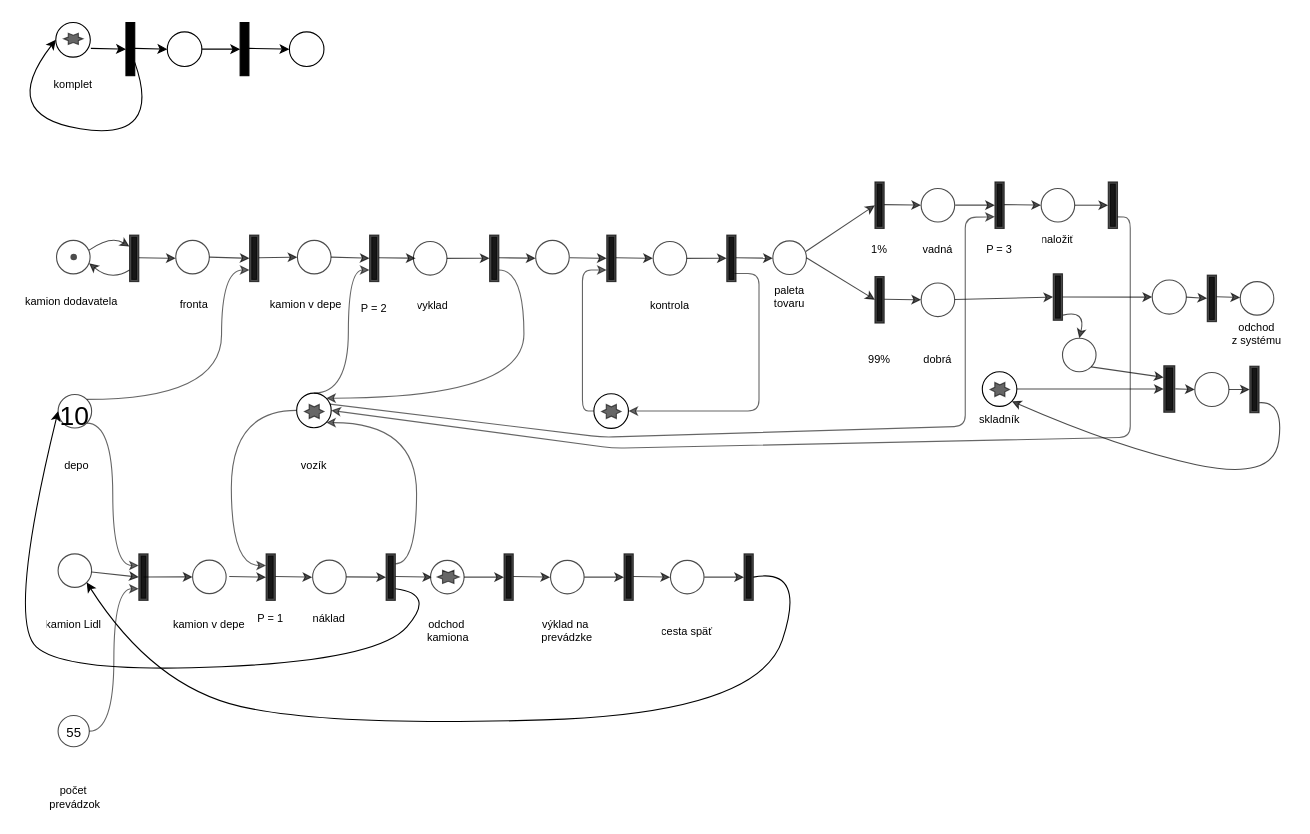
This is IMS.drawio from MatejMistik/VUT_FIT_ITY_Project_5, a draw.io file, before an edit. Source tidied: cells renumbered, new cells numbered last; positions are measured from the earlier drawing's top-left corner, leaving out a move shared by most shapes. Both pictures are drawn from the tidied source at 110%, with x=0, y=0 at pixel (-3, 22).
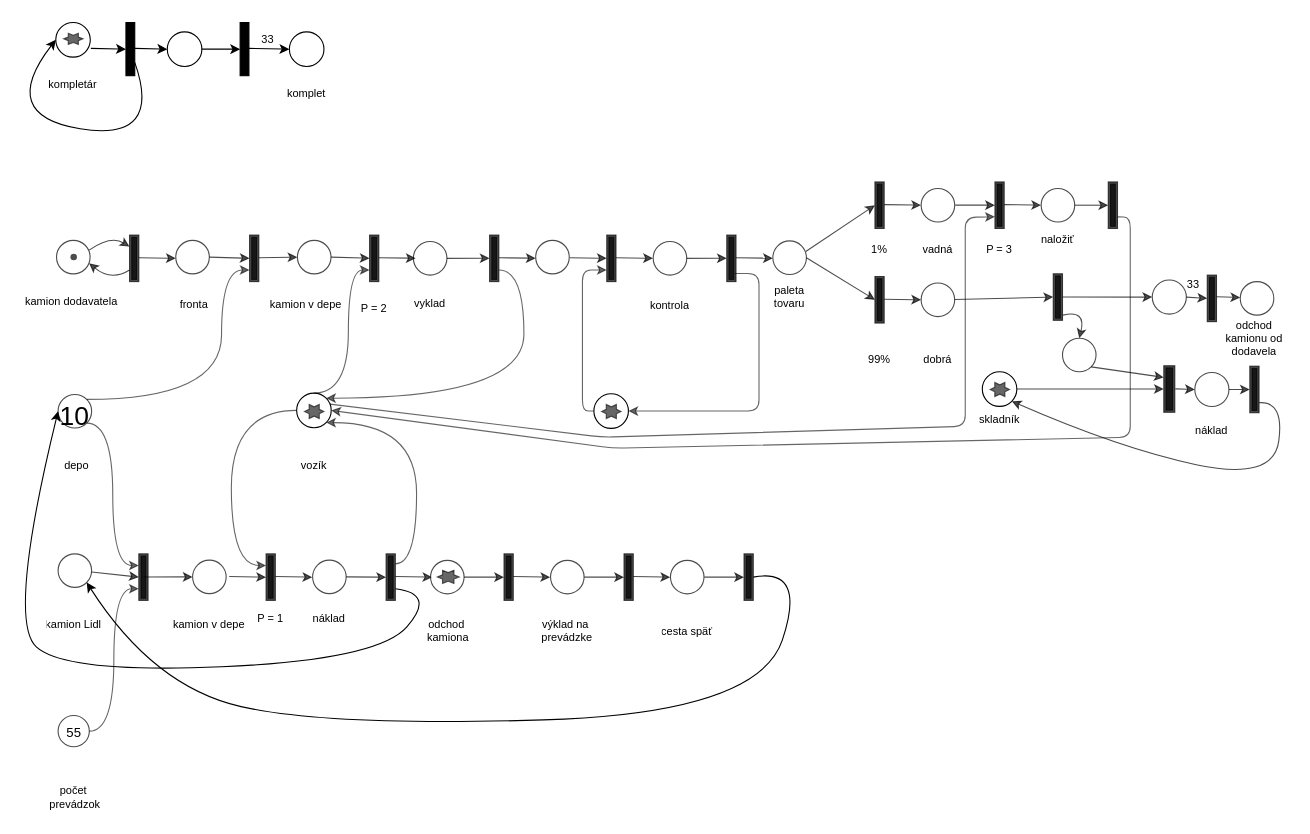
The same diagram, later.

Commit message:
už len časy IMS.drawio

The edit, as a diff of the source:
```diff
@@
     <mxCell id="26" value="vyklad" style="text;strokeColor=none;fillColor=none;align=center;verticalAlign=middle;spacingLeft=4;spacingRight=4;overflow=hidden;fontSize=10;opacity=70;rounded=0;direction=west;" parent="1" vertex="1">
-      <mxGeometry x="378.3" y="241.5" width="35.3" height="31.7" as="geometry" />
+      <mxGeometry x="371.8" y="239" width="43.6" height="31.7" as="geometry" />
     </mxCell>
@@
-    <mxCell id="46" value="komplet" style="text;strokeColor=none;fillColor=none;align=center;verticalAlign=middle;spacingLeft=4;spacingRight=4;overflow=hidden;fontSize=10;opacity=70;rounded=0;direction=west;" parent="1" vertex="1">
-      <mxGeometry x="46.4" y="39.8" width="45.6" height="31.7" as="geometry" />
+    <mxCell id="46" value="kompletár" style="text;strokeColor=none;fillColor=none;align=center;verticalAlign=middle;spacingLeft=4;spacingRight=4;overflow=hidden;fontSize=10;opacity=70;rounded=0;direction=west;" parent="1" vertex="1">
+      <mxGeometry x="42.1" y="39.8" width="53.6" height="31.7" as="geometry" />
     </mxCell>
@@
-    <mxCell id="127" value="odchod&#10;z systému" style="text;strokeColor=none;fillColor=none;align=center;verticalAlign=middle;spacingLeft=4;spacingRight=4;overflow=hidden;fontSize=10;opacity=70;rounded=0;direction=west;" parent="1" vertex="1">
-      <mxGeometry x="1113.7" y="267.3" width="63" height="31.7" as="geometry" />
+    <mxCell id="127" value="odchod&#10;kamionu od&#10;dodavela" style="text;strokeColor=none;fillColor=none;align=center;verticalAlign=middle;spacingLeft=4;spacingRight=4;overflow=hidden;fontSize=10;opacity=70;rounded=0;direction=west;" parent="1" vertex="1">
+      <mxGeometry x="1111.4" y="267.3" width="63" height="39.7" as="geometry" />
     </mxCell>
@@
     <mxCell id="129" value="naložiť" style="text;strokeColor=none;fillColor=none;align=center;verticalAlign=middle;spacingLeft=4;spacingRight=4;overflow=hidden;fontSize=10;opacity=70;rounded=0;direction=west;" parent="1" vertex="1">
-      <mxGeometry x="946.4" y="181.3" width="35.6" height="31.7" as="geometry" />
+      <mxGeometry x="943.2" y="181.3" width="42" height="31.7" as="geometry" />
     </mxCell>
@@
+    <mxCell id="144" value="komplet" style="text;strokeColor=none;fillColor=none;align=center;verticalAlign=middle;spacingLeft=4;spacingRight=4;overflow=hidden;fontSize=10;opacity=70;rounded=0;direction=west;" parent="1" vertex="1">
+      <mxGeometry x="258.6" y="48.3" width="45.5" height="31.7" as="geometry" />
+    </mxCell>
+    <mxCell id="145" value="33" style="text;strokeColor=none;fillColor=none;align=center;verticalAlign=middle;spacingLeft=4;spacingRight=4;overflow=hidden;fontSize=10;opacity=70;rounded=0;direction=west;" parent="1" vertex="1">
+      <mxGeometry x="233.6" y="-1" width="25" height="31.7" as="geometry" />
+    </mxCell>
+    <mxCell id="146" value="náklad" style="text;strokeColor=none;fillColor=none;align=center;verticalAlign=middle;spacingLeft=4;spacingRight=4;overflow=hidden;fontSize=10;opacity=70;rounded=0;direction=west;" parent="1" vertex="1">
+      <mxGeometry x="1081" y="354.3" width="46.3" height="31.7" as="geometry" />
+    </mxCell>
+    <mxCell id="147" value="33" style="text;strokeColor=none;fillColor=none;align=center;verticalAlign=middle;spacingLeft=4;spacingRight=4;overflow=hidden;fontSize=10;opacity=70;rounded=0;direction=west;" parent="1" vertex="1">
+      <mxGeometry x="1075" y="221.9" width="25" height="31.7" as="geometry" />
+    </mxCell>
```
